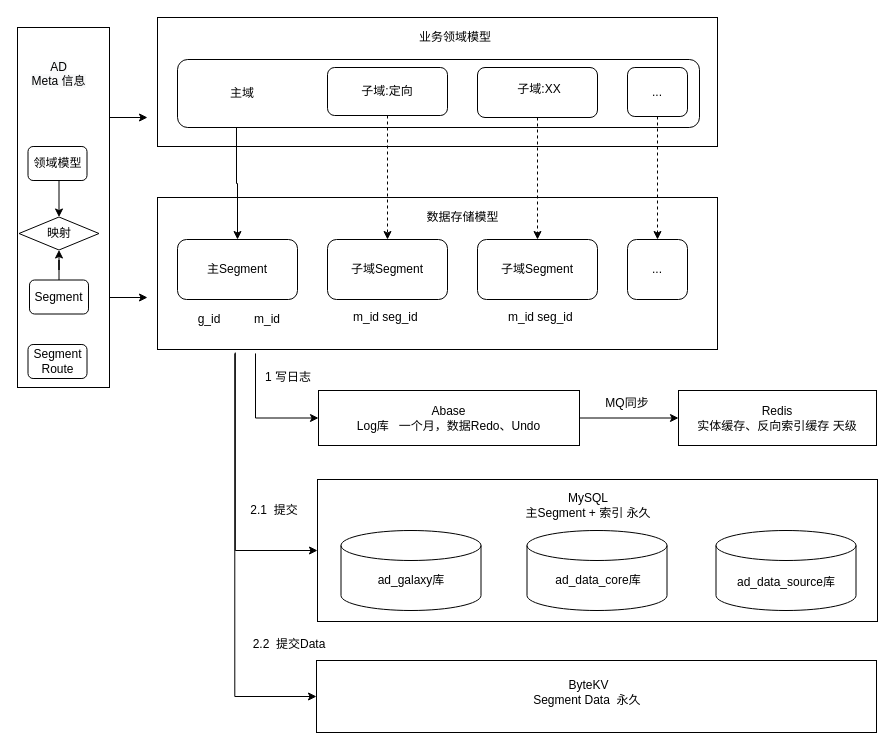
Above: Bass_storage.drawio in zhongweng/zimbook (draw.io), before the change. Source tidied: cells renumbered, new cells numbered last; positions are measured from the earlier drawing's top-left corner, leaving out a move shared by most shapes. Both pictures are drawn from the tidied source at 100%, with x=0, y=0 at pixel (17, 17).
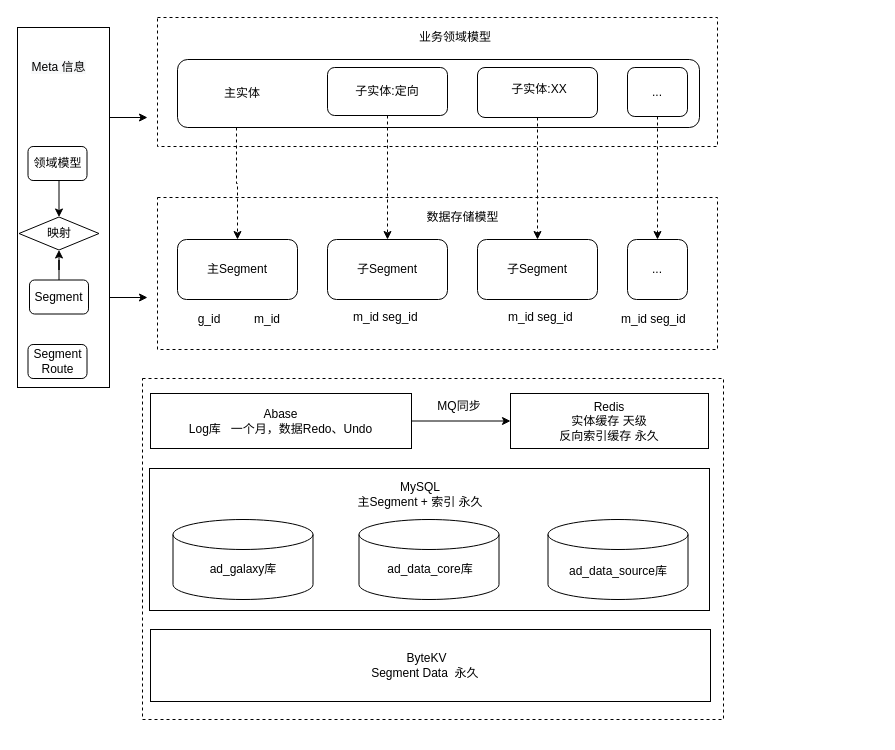
After the change.

The change refers to these unchanged cells:
```xml
<mxCell id="9" style="rounded=1;whiteSpace=wrap;html=1;" parent="1" vertex="1">
  <mxGeometry x="160" y="42" width="522" height="68" as="geometry" />
</mxCell>
<mxCell id="22" style="rounded=1;whiteSpace=wrap;html=1;" parent="21" vertex="1">
  <mxGeometry width="120" height="60" as="geometry" />
</mxCell>
<mxCell id="24" style="group;" parent="1" vertex="1">
  <mxGeometry x="310" y="222" width="120" height="60" as="geometry" />
</mxCell>
<mxCell id="27" style="group;" parent="1" vertex="1">
  <mxGeometry x="460" y="222" width="120" height="60" as="geometry" />
</mxCell>
```

The edit, as a diff of the source:
```diff
@@
+    <mxCell id="61" style="rounded=0;whiteSpace=wrap;html=1;dashed=1;" parent="1" vertex="1">
+      <mxGeometry x="125" y="361" width="581" height="341" as="geometry" />
+    </mxCell>
     <mxCell id="2" style="rounded=0;whiteSpace=wrap;html=1;" parent="1" vertex="1">
-      <mxGeometry x="300" y="462" width="560" height="142" as="geometry" />
+      <mxGeometry x="132" y="451" width="560" height="142" as="geometry" />
     </mxCell>
-    <mxCell id="3" style="edgeStyle=orthogonalEdgeStyle;rounded=0;jettySize=auto;html=1;exitX=0.175;exitY=1.026;exitDx=0;exitDy=0;entryX=0;entryY=0.5;entryDx=0;entryDy=0;startArrow=none;startFill=0;exitPerimeter=0;" parent="1" edge="1" source="5" target="48">
-      <mxGeometry relative="1" as="geometry" />
-    </mxCell>
-    <mxCell id="4" style="edgeStyle=orthogonalEdgeStyle;rounded=0;jettySize=auto;html=1;exitX=0.138;exitY=1.026;exitDx=0;exitDy=0;entryX=0;entryY=0.5;entryDx=0;entryDy=0;startArrow=none;startFill=0;exitPerimeter=0;" parent="1" edge="1" source="5" target="45">
-      <mxGeometry relative="1" as="geometry" />
-    </mxCell>
-    <mxCell id="5" style="rounded=0;whiteSpace=wrap;html=1;" parent="1" vertex="1">
+    <mxCell id="5" style="rounded=0;whiteSpace=wrap;html=1;dashed=1;" parent="1" vertex="1">
       <mxGeometry x="140" y="180" width="560" height="152" as="geometry" />
     </mxCell>
-    <mxCell id="6" style="rounded=0;whiteSpace=wrap;html=1;" parent="1" vertex="1">
+    <mxCell id="6" style="rounded=0;whiteSpace=wrap;html=1;dashed=1;" parent="1" vertex="1">
       <mxGeometry x="140" width="560" height="129" as="geometry" />
     </mxCell>
@@
-    <mxCell id="8" style="edgeStyle=orthogonalEdgeStyle;rounded=0;jettySize=auto;html=1;exitX=0.113;exitY=1;exitDx=0;exitDy=0;startArrow=none;startFill=0;exitPerimeter=0;" parent="1" edge="1" source="9" target="22">
+    <mxCell id="8" style="edgeStyle=orthogonalEdgeStyle;rounded=0;jettySize=auto;html=1;exitX=0.113;exitY=1;exitDx=0;exitDy=0;startArrow=none;startFill=0;exitPerimeter=0;dashed=1;" parent="1" edge="1" source="9" target="22">
       <mxGeometry relative="1" as="geometry" />
     </mxCell>
@@
-    <mxCell id="14" value="主域" style="text;html=1;strokeColor=none;fillColor=none;align=center;verticalAlign=middle;whiteSpace=wrap;rounded=0;" parent="1" vertex="1">
+    <mxCell id="14" value="主实体" style="text;html=1;strokeColor=none;fillColor=none;align=center;verticalAlign=middle;whiteSpace=wrap;rounded=0;" parent="1" vertex="1">
       <mxGeometry x="177" y="66" width="96" height="20" as="geometry" />
     </mxCell>
-    <mxCell id="15" value="子域:定向" style="text;html=1;strokeColor=none;fillColor=none;align=center;verticalAlign=middle;whiteSpace=wrap;rounded=0;" parent="1" vertex="1">
+    <mxCell id="15" value="子实体:定向" style="text;html=1;strokeColor=none;fillColor=none;align=center;verticalAlign=middle;whiteSpace=wrap;rounded=0;" parent="1" vertex="1">
       <mxGeometry x="322" y="64" width="96" height="20" as="geometry" />
     </mxCell>
-    <mxCell id="16" value="子域:XX" style="text;html=1;strokeColor=none;fillColor=none;align=center;verticalAlign=middle;whiteSpace=wrap;rounded=0;" parent="1" vertex="1">
+    <mxCell id="16" value="子实体:XX" style="text;html=1;strokeColor=none;fillColor=none;align=center;verticalAlign=middle;whiteSpace=wrap;rounded=0;" parent="1" vertex="1">
       <mxGeometry x="474" y="62" width="96" height="20" as="geometry" />
     </mxCell>
@@
-    <mxCell id="26" value="子域Segment" style="text;html=1;strokeColor=none;fillColor=none;align=center;verticalAlign=middle;whiteSpace=wrap;rounded=0;" parent="24" vertex="1">
+    <mxCell id="26" value="子Segment" style="text;html=1;strokeColor=none;fillColor=none;align=center;verticalAlign=middle;whiteSpace=wrap;rounded=0;" parent="24" vertex="1">
       <mxGeometry x="12" y="20" width="96" height="20" as="geometry" />
     </mxCell>
@@
-    <mxCell id="29" value="子域Segment" style="text;html=1;strokeColor=none;fillColor=none;align=center;verticalAlign=middle;whiteSpace=wrap;rounded=0;" parent="27" vertex="1">
+    <mxCell id="29" value="子Segment" style="text;html=1;strokeColor=none;fillColor=none;align=center;verticalAlign=middle;whiteSpace=wrap;rounded=0;" parent="27" vertex="1">
       <mxGeometry x="12" y="20" width="96" height="20" as="geometry" />
     </mxCell>
@@
     <mxCell id="36" value="MySQL&lt;br&gt;主Segment + 索引 永久" style="text;html=1;strokeColor=none;fillColor=none;align=center;verticalAlign=middle;whiteSpace=wrap;rounded=0;" parent="1" vertex="1">
-      <mxGeometry x="421" y="472" width="300" height="31" as="geometry" />
+      <mxGeometry x="253" y="461" width="300" height="31" as="geometry" />
     </mxCell>
-    <mxCell id="37" value="&lt;span style=&quot;color: rgb(0, 0, 0); font-family: helvetica; font-size: 12px; font-style: normal; font-weight: 400; letter-spacing: normal; text-indent: 0px; text-transform: none; word-spacing: 0px; background-color: rgb(248, 249, 250); display: inline; float: none;&quot;&gt;AD&lt;/span&gt;&lt;br style=&quot;color: rgb(0, 0, 0); font-family: helvetica; font-size: 12px; font-style: normal; font-weight: 400; letter-spacing: normal; text-indent: 0px; text-transform: none; word-spacing: 0px; background-color: rgb(248, 249, 250);&quot;&gt;&lt;span style=&quot;color: rgb(0, 0, 0); font-family: helvetica; font-size: 12px; font-style: normal; font-weight: 400; letter-spacing: normal; text-indent: 0px; text-transform: none; word-spacing: 0px; background-color: rgb(248, 249, 250); display: inline; float: none;&quot;&gt;Meta 信息&lt;/span&gt;" style="text;whiteSpace=wrap;html=1;align=center;" parent="1" vertex="1">
+    <mxCell id="37" value="&lt;span style=&quot;color: rgb(0 , 0 , 0) ; font-family: &amp;#34;helvetica&amp;#34; ; font-size: 12px ; font-style: normal ; font-weight: 400 ; letter-spacing: normal ; text-indent: 0px ; text-transform: none ; word-spacing: 0px ; background-color: rgb(248 , 249 , 250) ; display: inline ; float: none&quot;&gt;Meta 信息&lt;/span&gt;" style="text;whiteSpace=wrap;html=1;align=center;" parent="1" vertex="1">
       <mxGeometry y="36" width="83" height="54" as="geometry" />
     </mxCell>
@@
     <mxCell id="45" style="rounded=0;whiteSpace=wrap;html=1;" parent="1" vertex="1">
-      <mxGeometry x="299" y="643" width="560" height="72" as="geometry" />
+      <mxGeometry x="133" y="612" width="560" height="72" as="geometry" />
     </mxCell>
-    <mxCell id="46" style="edgeStyle=orthogonalEdgeStyle;rounded=0;jettySize=auto;html=1;exitX=0.139;exitY=1.02;exitDx=0;exitDy=0;entryX=0;entryY=0.5;entryDx=0;entryDy=0;startArrow=none;startFill=0;exitPerimeter=0;" parent="1" edge="1" source="5" target="2">
-      <mxGeometry relative="1" as="geometry" />
-    </mxCell>
@@
     <mxCell id="48" value="&lt;span&gt;Abase&lt;/span&gt;&lt;br&gt;&lt;span&gt;Log库&amp;nbsp; &amp;nbsp;一个月，数据Redo、Undo&lt;/span&gt;" style="rounded=0;whiteSpace=wrap;html=1;" parent="1" vertex="1">
-      <mxGeometry x="301" y="373" width="261" height="55" as="geometry" />
+      <mxGeometry x="133" y="376" width="261" height="55" as="geometry" />
     </mxCell>
     <mxCell id="49" value="ByteKV&lt;br&gt;Segment Data&amp;nbsp; 永久&amp;nbsp;" style="text;html=1;strokeColor=none;fillColor=none;align=center;verticalAlign=middle;whiteSpace=wrap;rounded=0;" parent="1" vertex="1">
-      <mxGeometry x="478.5" y="665" width="185" height="20" as="geometry" />
+      <mxGeometry x="317" y="638" width="185" height="20" as="geometry" />
     </mxCell>
     <mxCell id="50" style="shape=cylinder3;whiteSpace=wrap;html=1;boundedLbl=1;backgroundOutline=1;size=15;" parent="1" vertex="1">
-      <mxGeometry x="323.5" y="513" width="140" height="80" as="geometry" />
+      <mxGeometry x="155.5" y="502" width="140" height="80" as="geometry" />
     </mxCell>
     <mxCell id="51" value="ad_galaxy库" style="text;html=1;strokeColor=none;fillColor=none;align=center;verticalAlign=middle;whiteSpace=wrap;rounded=0;" parent="1" vertex="1">
-      <mxGeometry x="333.5" y="553" width="120" height="20" as="geometry" />
+      <mxGeometry x="165.5" y="542" width="120" height="20" as="geometry" />
     </mxCell>
     <mxCell id="52" style="shape=cylinder3;whiteSpace=wrap;html=1;boundedLbl=1;backgroundOutline=1;size=15;" parent="1" vertex="1">
-      <mxGeometry x="509.5" y="513" width="140" height="80" as="geometry" />
+      <mxGeometry x="341.5" y="502" width="140" height="80" as="geometry" />
     </mxCell>
     <mxCell id="53" value="ad_data_core库" style="text;html=1;strokeColor=none;fillColor=none;align=center;verticalAlign=middle;whiteSpace=wrap;rounded=0;" parent="1" vertex="1">
-      <mxGeometry x="520.5" y="553" width="120" height="20" as="geometry" />
+      <mxGeometry x="352.5" y="542" width="120" height="20" as="geometry" />
     </mxCell>
     <mxCell id="54" style="shape=cylinder3;whiteSpace=wrap;html=1;boundedLbl=1;backgroundOutline=1;size=15;" parent="1" vertex="1">
-      <mxGeometry x="698.5" y="513" width="140" height="80" as="geometry" />
+      <mxGeometry x="530.5" y="502" width="140" height="80" as="geometry" />
     </mxCell>
     <mxCell id="55" value="ad_data_source库" style="text;html=1;strokeColor=none;fillColor=none;align=center;verticalAlign=middle;whiteSpace=wrap;rounded=0;" parent="1" vertex="1">
-      <mxGeometry x="708.5" y="554" width="120" height="21" as="geometry" />
+      <mxGeometry x="540.5" y="543" width="120" height="21" as="geometry" />
     </mxCell>
-    <mxCell id="56" value="1 写日志" style="text;html=1;strokeColor=none;fillColor=none;align=center;verticalAlign=middle;whiteSpace=wrap;rounded=0;" parent="1" vertex="1">
-      <mxGeometry x="223" y="350" width="96" height="20" as="geometry" />
-    </mxCell>
-    <mxCell id="57" value="2.1&amp;nbsp; 提交" style="text;html=1;strokeColor=none;fillColor=none;align=center;verticalAlign=middle;whiteSpace=wrap;rounded=0;" parent="1" vertex="1">
-      <mxGeometry x="223" y="483" width="68" height="20" as="geometry" />
-    </mxCell>
-    <mxCell id="58" value="2.2&amp;nbsp; 提交Data" style="text;html=1;strokeColor=none;fillColor=none;align=center;verticalAlign=middle;whiteSpace=wrap;rounded=0;" parent="1" vertex="1">
-      <mxGeometry x="219.5" y="617" width="104" height="20" as="geometry" />
-    </mxCell>
-    <mxCell id="59" value="Redis&lt;br&gt;实体缓存、反向索引缓存 天级" style="rounded=0;whiteSpace=wrap;html=1;" parent="1" vertex="1">
-      <mxGeometry x="661" y="373" width="198" height="55" as="geometry" />
+    <mxCell id="59" value="Redis&lt;br&gt;实体缓存 天级&lt;br&gt;反向索引缓存 永久" style="rounded=0;whiteSpace=wrap;html=1;" parent="1" vertex="1">
+      <mxGeometry x="493" y="376" width="198" height="55" as="geometry" />
     </mxCell>
     <mxCell id="60" value="MQ同步" style="text;html=1;strokeColor=none;fillColor=none;align=center;verticalAlign=middle;whiteSpace=wrap;rounded=0;" parent="1" vertex="1">
-      <mxGeometry x="562" y="376" width="96" height="20" as="geometry" />
+      <mxGeometry x="394" y="379" width="96" height="20" as="geometry" />
     </mxCell>
+    <mxCell id="62" value="m_id seg_id&amp;nbsp;" style="text;html=1;strokeColor=none;fillColor=none;align=center;verticalAlign=middle;whiteSpace=wrap;rounded=0;" parent="1" vertex="1">
+      <mxGeometry x="587" y="292" width="102" height="20" as="geometry" />
+    </mxCell>
```
